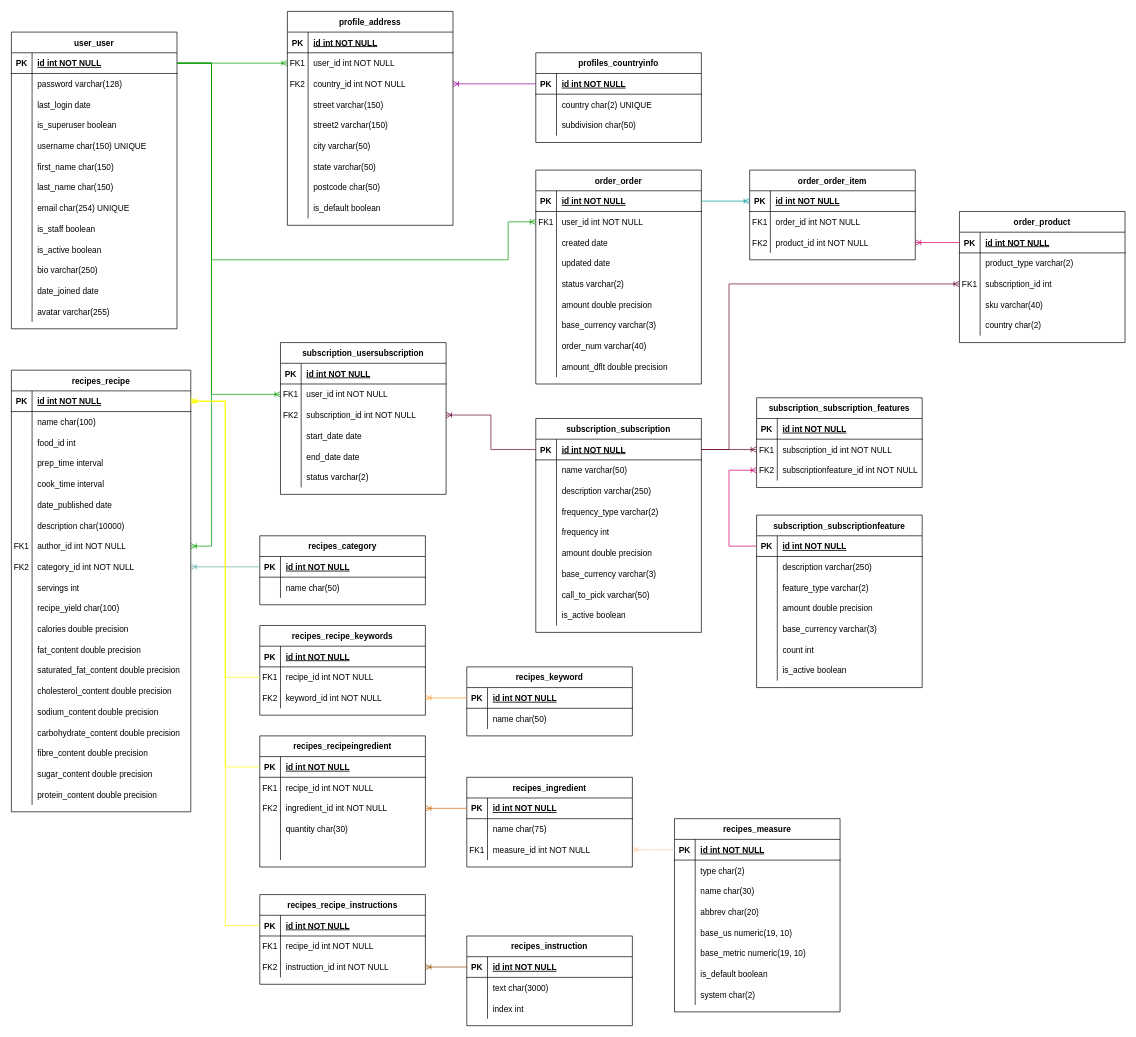
The draw.io diagram page "database-schema" (1 of 17) of doc/design/recipes-n-stuff.drawio in ibuttimer/recipes-n-stuff, before the edit. Source tidied: cells renumbered, new cells numbered last; positions are measured from the earlier drawing's top-left corner, leaving out a move shared by most shapes. Both pictures are drawn from the tidied source at 69%, with x=0, y=0 at pixel (11, 11).
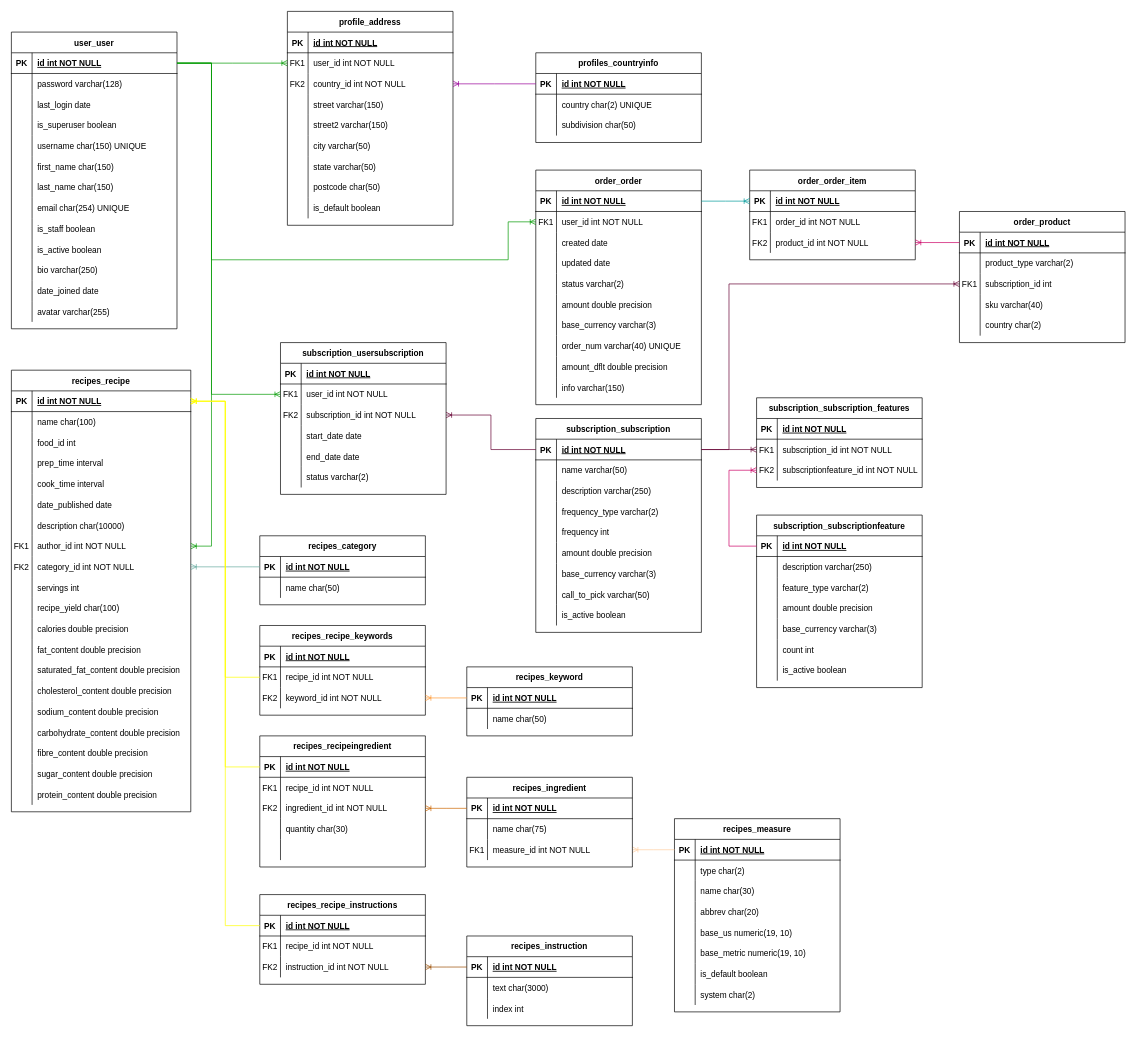
After the change.

Unchanged cells that the change refers to:
```xml
<mxCell id="353" style="shape=partialRectangle;fillColor=none;top=0;left=0;right=0;bottom=0;" parent="331" vertex="1">
  <mxGeometry y="240" width="240" height="30" as="geometry" />
</mxCell>
```

What changed in the source:
```diff
@@
     <mxCell id="331" value="order_order" style="shape=table;startSize=30;childLayout=tableLayout;rowLines=0;fontStyle=1;align=center;" parent="1" vertex="1">
-      <mxGeometry x="760" y="230" width="240" height="310" as="geometry" />
+      <mxGeometry x="760" y="230" width="240" height="340" as="geometry" />
     </mxCell>
@@
-    <mxCell id="355" value="order_num varchar(40)" style="shape=partialRectangle;overflow=hidden;fillColor=none;top=0;left=0;bottom=0;right=0;align=left;spacingLeft=6;" parent="353" vertex="1">
+    <mxCell id="355" value="order_num varchar(40) UNIQUE" style="shape=partialRectangle;overflow=hidden;fillColor=none;top=0;left=0;bottom=0;right=0;align=left;spacingLeft=6;" parent="353" vertex="1">
       <mxGeometry x="30" width="210" height="30" as="geometry" />
     </mxCell>
@@
+    <mxCell id="389" style="shape=partialRectangle;fillColor=none;top=0;left=0;right=0;bottom=0;" parent="331" vertex="1">
+      <mxGeometry y="300" width="240" height="30" as="geometry" />
+    </mxCell>
+    <mxCell id="390" style="shape=partialRectangle;overflow=hidden;fillColor=none;top=0;left=0;bottom=0;right=0;" parent="389" vertex="1">
+      <mxGeometry width="30" height="30" as="geometry" />
+    </mxCell>
+    <mxCell id="391" value="info varchar(150)" style="shape=partialRectangle;overflow=hidden;fillColor=none;top=0;left=0;bottom=0;right=0;align=left;spacingLeft=6;" parent="389" vertex="1">
+      <mxGeometry x="30" width="210" height="30" as="geometry" />
+    </mxCell>
```
